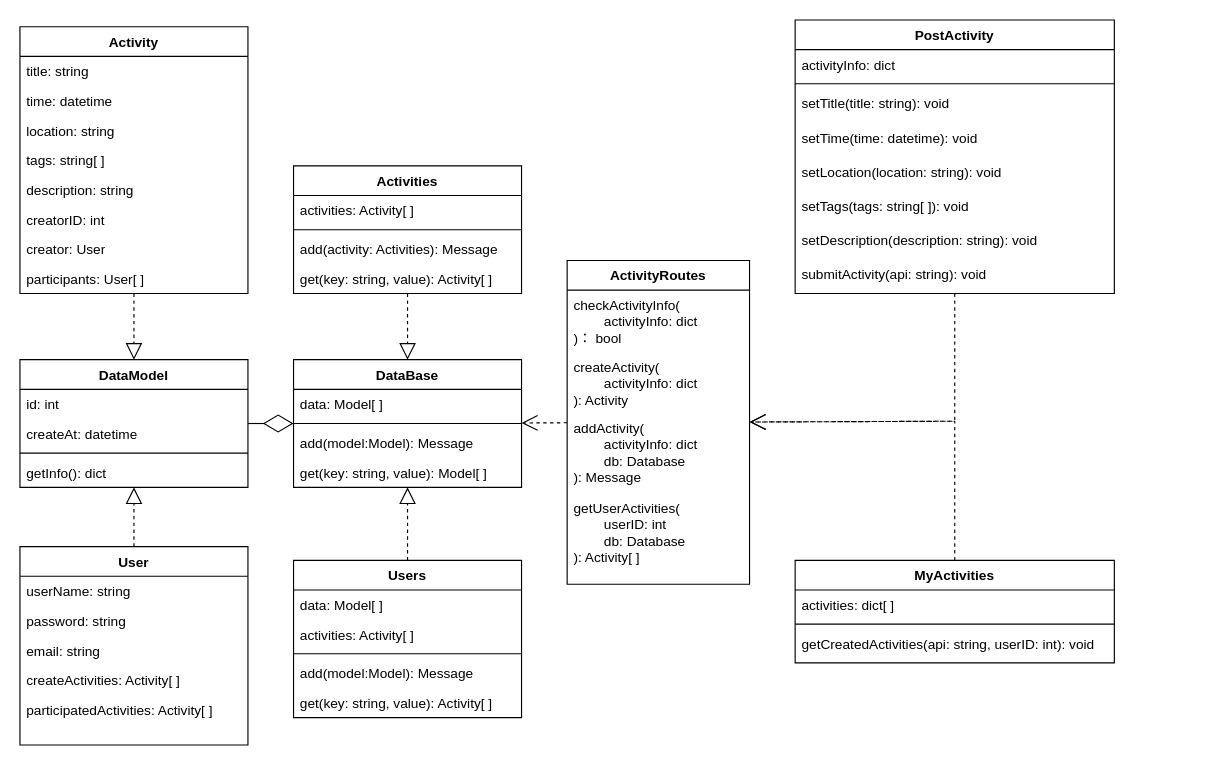
Yishanka/Soda keeps this draw.io diagram as docs/create_activity_UML_class.drawio. Above is the earlier version. Source tidied: cells renumbered, new cells numbered last; positions are measured from the earlier drawing's top-left corner, leaving out a move shared by most shapes. Both pictures are drawn from the tidied source at 114%, with x=0, y=0 at pixel (19, 19).
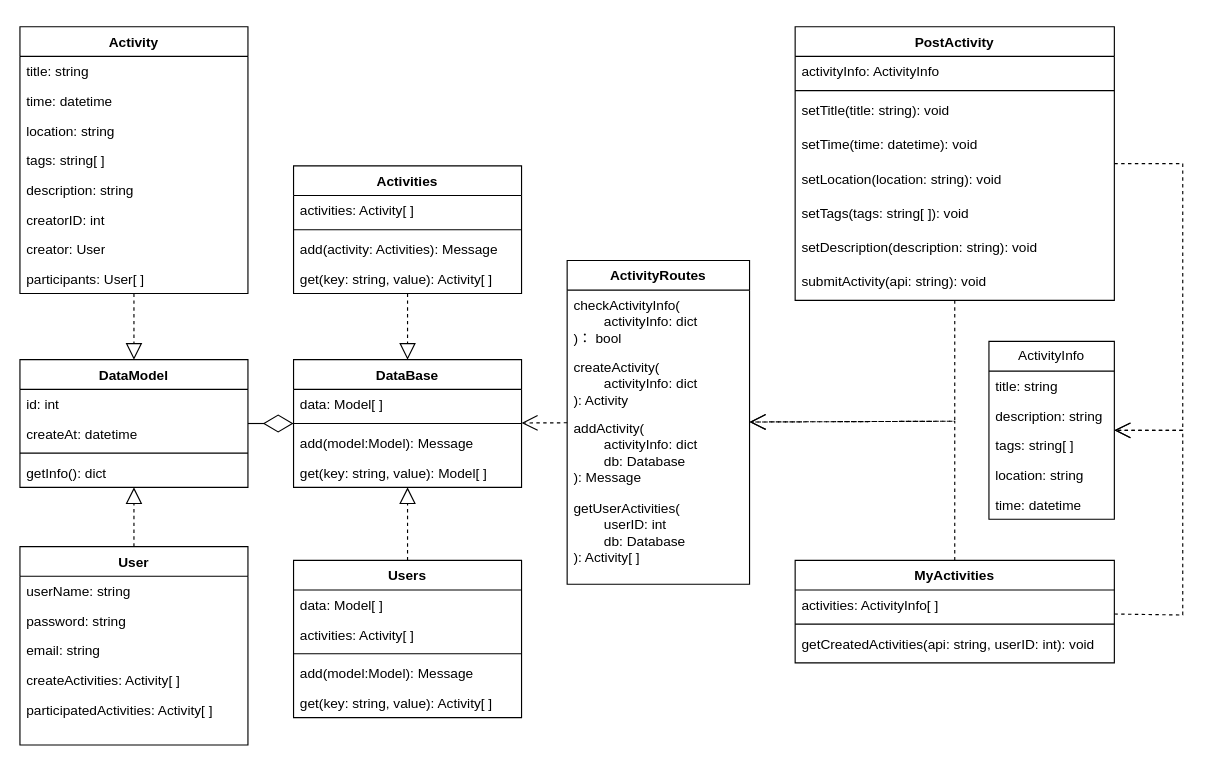
After the change.

Unchanged cells that the change refers to:
```xml
<mxCell id="31" value="MyActivities" style="swimlane;fontStyle=1;align=center;verticalAlign=top;horizontal=1;startSize=26;whiteSpace=wrap;html=1;" parent="1" vertex="1">
  <mxGeometry x="680" y="474" width="280" height="90" as="geometry" />
</mxCell>
```

Change to the diagram source:
```diff
@@
     <mxCell id="22" value="PostActivity" style="swimlane;fontStyle=1;align=center;verticalAlign=top;horizontal=1;startSize=26;whiteSpace=wrap;html=1;" parent="1" vertex="1">
-      <mxGeometry x="680" width="280" height="240" as="geometry" />
+      <mxGeometry x="680" y="6" width="280" height="240" as="geometry" />
     </mxCell>
-    <mxCell id="23" value="activityInfo: dict" style="text;strokeColor=none;fillColor=none;align=left;verticalAlign=top;spacingLeft=4;spacingRight=4;overflow=hidden;whiteSpace=wrap;html=1;" parent="22" vertex="1">
+    <mxCell id="23" value="activityInfo: ActivityInfo" style="text;strokeColor=none;fillColor=none;align=left;verticalAlign=top;spacingLeft=4;spacingRight=4;overflow=hidden;whiteSpace=wrap;html=1;" parent="22" vertex="1">
       <mxGeometry y="26" width="280" height="26" as="geometry" />
     </mxCell>
@@
-    <mxCell id="32" value="activities: dict[ ]" style="text;strokeColor=none;fillColor=none;align=left;verticalAlign=top;spacingLeft=4;spacingRight=4;overflow=hidden;whiteSpace=wrap;html=1;" parent="31" vertex="1">
+    <mxCell id="32" value="activities: ActivityInfo[ ]" style="text;strokeColor=none;fillColor=none;align=left;verticalAlign=top;spacingLeft=4;spacingRight=4;overflow=hidden;whiteSpace=wrap;html=1;" parent="31" vertex="1">
       <mxGeometry y="26" width="280" height="26" as="geometry" />
     </mxCell>
@@
+    <mxCell id="64" value="ActivityInfo" style="swimlane;fontStyle=0;horizontal=1;startSize=26;fillColor=none;whiteSpace=wrap;html=1;" parent="1" vertex="1">
+      <mxGeometry x="850" y="282" width="110" height="156" as="geometry" />
+    </mxCell>
+    <mxCell id="65" value="title: string" style="text;strokeColor=none;fillColor=none;align=left;verticalAlign=top;spacingLeft=4;spacingRight=4;overflow=hidden;whiteSpace=wrap;html=1;" parent="64" vertex="1">
+      <mxGeometry y="26" width="110" height="26" as="geometry" />
+    </mxCell>
+    <mxCell id="66" value="description: string" style="text;strokeColor=none;fillColor=none;align=left;verticalAlign=top;spacingLeft=4;spacingRight=4;overflow=hidden;whiteSpace=wrap;html=1;" parent="64" vertex="1">
+      <mxGeometry y="52" width="110" height="26" as="geometry" />
+    </mxCell>
+    <mxCell id="67" value="tags: string[ ]" style="text;strokeColor=none;fillColor=none;align=left;verticalAlign=top;spacingLeft=4;spacingRight=4;overflow=hidden;whiteSpace=wrap;html=1;" parent="64" vertex="1">
+      <mxGeometry y="78" width="110" height="26" as="geometry" />
+    </mxCell>
+    <mxCell id="68" value="location: string" style="text;strokeColor=none;fillColor=none;align=left;verticalAlign=top;spacingLeft=4;spacingRight=4;overflow=hidden;whiteSpace=wrap;html=1;" parent="64" vertex="1">
+      <mxGeometry y="104" width="110" height="26" as="geometry" />
+    </mxCell>
+    <mxCell id="69" value="time: datetime" style="text;strokeColor=none;fillColor=none;align=left;verticalAlign=top;spacingLeft=4;spacingRight=4;overflow=hidden;whiteSpace=wrap;html=1;" parent="64" vertex="1">
+      <mxGeometry y="130" width="110" height="26" as="geometry" />
+    </mxCell>
+    <mxCell id="70" style="endArrow=open;endSize=12;dashed=1;html=1;rounded=0;" parent="1" edge="1" source="22" target="64">
+      <mxGeometry relative="1" as="geometry">
+        <Array as="points">
+          <mxPoint x="1020" y="126" />
+          <mxPoint x="1020" y="360" />
+        </Array>
+      </mxGeometry>
+    </mxCell>
+    <mxCell id="71" style="endArrow=open;endSize=12;dashed=1;html=1;rounded=0;" parent="1" edge="1" source="31" target="64">
+      <mxGeometry relative="1" as="geometry">
+        <Array as="points">
+          <mxPoint x="1020" y="522" />
+          <mxPoint x="1020" y="360" />
+        </Array>
+      </mxGeometry>
+    </mxCell>
```
